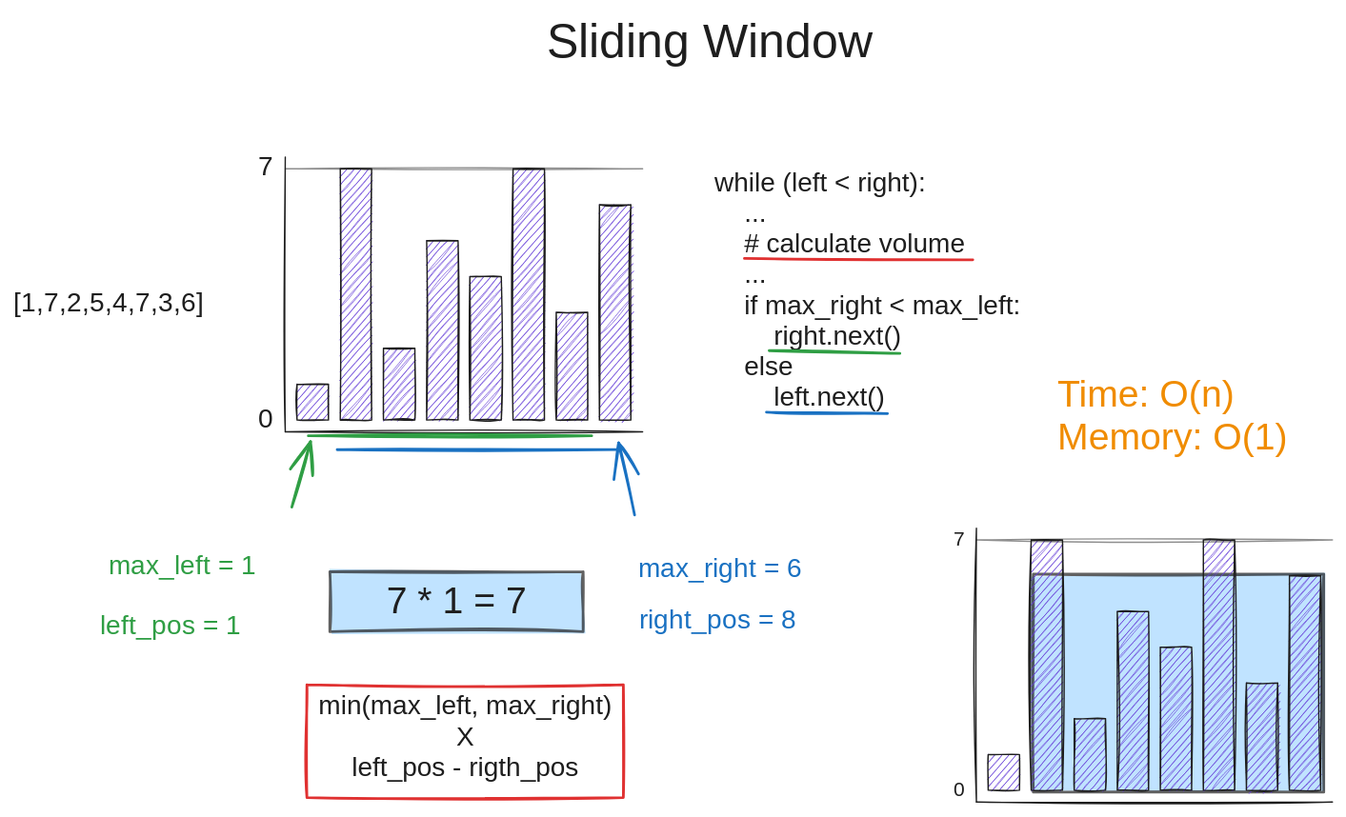
This is DSA/LC/11_container_with_most_water.excalidraw.svg from PabloNicolla/learning-ground, a Excalidraw export, as it was before one commit. Source tidied: one line per element, renumbered; positions are measured from the earlier drawing's top-left corner, leaving out a move shared by most shapes.
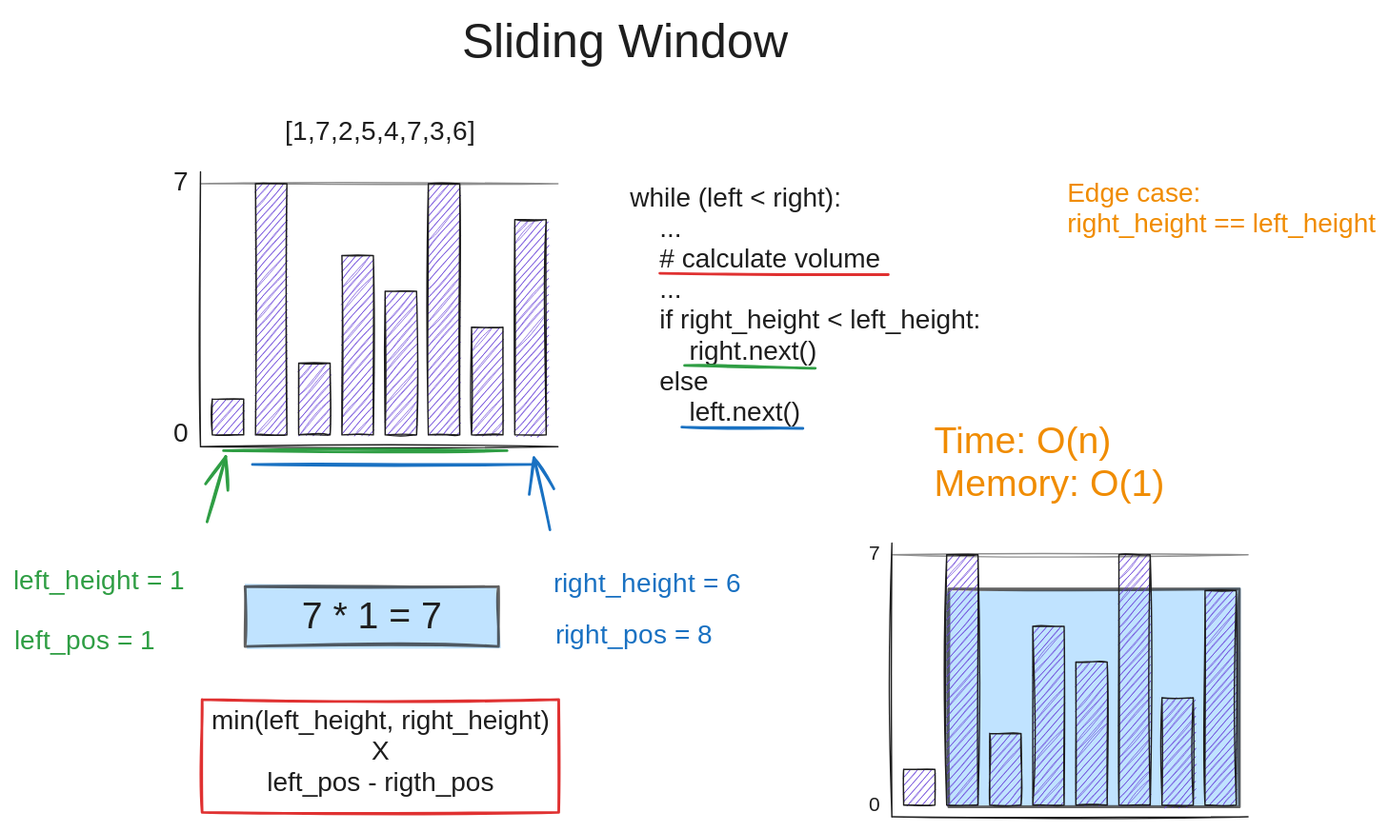
The same diagram one commit later.

Diff of the diagram source:
```diff
@@ -1,4 +1,4 @@
-{"id": 0, "type": "text", "text": "[1,7,2,5,4,7,3,6]", "strokeColor": "#1e1e1e", "strokeWidth": 2, "roughness": 1, "fontSize": 20, "fontFamily": 1, "x": 0, "y": 206, "width": 149, "height": 25}
+{"id": 0, "type": "text", "text": "[1,7,2,5,4,7,3,6]", "strokeColor": "#1e1e1e", "strokeWidth": 2, "roughness": 1, "fontSize": 20, "fontFamily": 1, "x": 267, "y": 66, "width": 149, "height": 25}
 {"id": 1, "type": "rectangle", "strokeColor": "#1e1e1e", "backgroundColor": "#6741d9", "fillStyle": "hachure", "strokeWidth": 1, "roughness": 1, "x": 213, "y": 278, "width": 24, "height": 27}
 {"id": 2, "type": "rectangle", "strokeColor": "#1e1e1e", "backgroundColor": "#6741d9", "fillStyle": "hachure", "strokeWidth": 1, "roughness": 1, "x": 245, "y": 117, "width": 24, "height": 189}
 {"id": 3, "type": "rectangle", "strokeColor": "#1e1e1e", "backgroundColor": "#6741d9", "fillStyle": "hachure", "strokeWidth": 1, "roughness": 1, "x": 277, "y": 251, "width": 24, "height": 54}
@@ -26,21 +26,22 @@
 {"id": 25, "type": "line", "strokeColor": "#1e1e1e", "backgroundColor": "#6741d9", "fillStyle": "hachure", "strokeWidth": 1, "roughness": 1, "x": 722, "y": 592, "width": 267, "height": 0, "points": [[0, 0], [267, 0]]}
 {"id": 26, "type": "line", "strokeColor": "#1e1e1e", "backgroundColor": "#6741d9", "fillStyle": "hachure", "strokeWidth": 1, "roughness": 1, "x": 722, "y": 592, "width": 0, "height": 205, "points": [[0, 0], [0, -205]]}
 {"id": 27, "type": "line", "strokeColor": "#1e1e1e", "backgroundColor": "#6741d9", "fillStyle": "hachure", "strokeWidth": 1, "roughness": 1, "opacity": 50, "x": 722, "y": 395, "width": 267, "height": 0, "points": [[0, 0], [267, 0]]}
-{"id": 28, "type": "text", "text": "Sliding Window", "strokeColor": "#1e1e1e", "backgroundColor": "#a5d8ff", "fillStyle": "solid", "strokeWidth": 2, "roughness": 1, "fontSize": 36, "fontFamily": 1, "x": 400, "y": 0, "width": 234, "height": 45}
+{"id": 28, "type": "text", "text": "Sliding Window", "strokeColor": "#1e1e1e", "backgroundColor": "#a5d8ff", "fillStyle": "solid", "strokeWidth": 2, "roughness": 1, "fontSize": 36, "fontFamily": 1, "x": 400, "y": -11, "width": 234, "height": 45}
 {"id": 29, "type": "arrow", "strokeColor": "#2f9e44", "backgroundColor": "#a5d8ff", "fillStyle": "solid", "strokeWidth": 2, "roughness": 1, "endArrowhead": "arrow", "x": 209, "y": 370, "width": 14, "height": 49, "points": [[0, 0], [14, -49]]}
 {"id": 30, "type": "arrow", "strokeColor": "#1971c2", "backgroundColor": "#a5d8ff", "fillStyle": "solid", "strokeWidth": 2, "roughness": 1, "endArrowhead": "arrow", "x": 466, "y": 376, "width": 12, "height": 54, "points": [[0, 0], [-12, -54]]}
-{"id": 31, "type": "text", "text": "max_right = 6", "strokeColor": "#1971c2", "backgroundColor": "#a5d8ff", "fillStyle": "solid", "strokeWidth": 2, "roughness": 1, "fontSize": 20, "fontFamily": 1, "x": 469, "y": 405, "width": 143, "height": 25}
+{"id": 31, "type": "text", "text": "right_height = 6", "strokeColor": "#1971c2", "backgroundColor": "#a5d8ff", "fillStyle": "solid", "strokeWidth": 2, "roughness": 1, "fontSize": 20, "fontFamily": 1, "x": 469, "y": 405, "width": 162, "height": 25}
-{"id": 32, "type": "text", "text": "max_left = 1", "strokeColor": "#2f9e44", "backgroundColor": "#a5d8ff", "fillStyle": "solid", "strokeWidth": 2, "roughness": 1, "fontSize": 20, "fontFamily": 1, "x": 72, "y": 403, "width": 129, "height": 25}
+{"id": 32, "type": "text", "text": "left_height = 1", "strokeColor": "#2f9e44", "backgroundColor": "#a5d8ff", "fillStyle": "solid", "strokeWidth": 2, "roughness": 1, "fontSize": 20, "fontFamily": 1, "x": 64, "y": 403, "width": 148, "height": 25}
 {"id": 33, "type": "rectangle", "strokeColor": "#1e1e1e", "backgroundColor": "#a5d8ff", "fillStyle": "solid", "strokeWidth": 2, "roughness": 1, "opacity": 70, "x": 237, "y": 419, "width": 190, "height": 45}
 {"id": 34, "type": "text", "text": "7 * 1 = 7", "strokeColor": "#1e1e1e", "backgroundColor": "#a5d8ff", "fillStyle": "solid", "strokeWidth": 2, "roughness": 1, "fontSize": 28, "fontFamily": 2, "textAlign": "center", "verticalAlign": "middle", "inside": 33, "x": 280, "y": 425, "width": 105, "height": 32}
-{"id": 35, "type": "text", "text": "min(max_left, max_right)\nX\nleft_pos - rigth_pos", "strokeColor": "#1e1e1e", "backgroundColor": "#a5d8ff", "fillStyle": "solid", "strokeWidth": 2, "roughness": 1, "fontSize": 20, "fontFamily": 2, "textAlign": "center", "x": 229, "y": 508, "width": 220, "height": 69}
+{"id": 35, "type": "text", "text": "min(left_height, right_height)\nX\nleft_pos - rigth_pos", "strokeColor": "#1e1e1e", "backgroundColor": "#a5d8ff", "fillStyle": "solid", "strokeWidth": 2, "roughness": 1, "fontSize": 20, "fontFamily": 2, "textAlign": "center", "x": 212, "y": 508, "width": 253, "height": 69}
 {"id": 36, "type": "text", "text": "left_pos = 1", "strokeColor": "#2f9e44", "backgroundColor": "#a5d8ff", "fillStyle": "solid", "strokeWidth": 2, "roughness": 1, "fontSize": 20, "fontFamily": 1, "x": 65, "y": 448, "width": 123, "height": 25}
 {"id": 37, "type": "text", "text": "right_pos = 8", "strokeColor": "#1971c2", "backgroundColor": "#a5d8ff", "fillStyle": "solid", "strokeWidth": 2, "roughness": 1, "fontSize": 20, "fontFamily": 1, "x": 470, "y": 444, "width": 140, "height": 25}
 {"id": 38, "type": "line", "strokeColor": "#2f9e44", "backgroundColor": "#a5d8ff", "fillStyle": "solid", "strokeWidth": 2, "roughness": 1, "x": 221, "y": 317, "width": 213, "height": 0, "points": [[0, 0], [213, 0]]}
 {"id": 39, "type": "line", "strokeColor": "#1971c2", "backgroundColor": "#a5d8ff", "fillStyle": "solid", "strokeWidth": 2, "roughness": 1, "x": 243, "y": 327, "width": 213, "height": 0, "points": [[0, 0], [213, 0]]}
-{"id": 40, "type": "text", "text": "while (left < right):\n    ...\n    # calculate volume\n    ...\n    if max_right < max_left:\n        right.next()\n    else\n        left.next()", "strokeColor": "#1e1e1e", "backgroundColor": "#a5d8ff", "fillStyle": "solid", "strokeWidth": 2, "roughness": 1, "fontSize": 20, "fontFamily": 2, "x": 526, "y": 116, "width": 230, "height": 184}
+{"id": 40, "type": "text", "text": "while (left < right):\n    ...\n    # calculate volume\n    ...\n    if right_height < left_height:\n        right.next()\n    else\n        left.next()", "strokeColor": "#1e1e1e", "backgroundColor": "#a5d8ff", "fillStyle": "solid", "strokeWidth": 2, "roughness": 1, "fontSize": 20, "fontFamily": 2, "x": 526, "y": 116, "width": 263, "height": 184}
 {"id": 41, "type": "line", "strokeColor": "#1971c2", "backgroundColor": "#a5d8ff", "fillStyle": "solid", "strokeWidth": 2, "roughness": 1, "x": 565, "y": 299, "width": 91, "height": 1, "points": [[0, 0], [91, 1]]}
 {"id": 42, "type": "line", "strokeColor": "#2f9e44", "backgroundColor": "#a5d8ff", "fillStyle": "solid", "strokeWidth": 2, "roughness": 1, "x": 567, "y": 253, "width": 98, "height": 2, "points": [[0, 0], [98, 2]]}
-{"id": 43, "type": "rectangle", "strokeColor": "#e03131", "strokeWidth": 2, "roughness": 1, "x": 220, "y": 504, "width": 237, "height": 85}
+{"id": 43, "type": "rectangle", "strokeColor": "#e03131", "strokeWidth": 2, "roughness": 1, "x": 205, "y": 504, "width": 267, "height": 85}
 {"id": 44, "type": "line", "strokeColor": "#e03131", "strokeWidth": 2, "roughness": 1, "x": 548, "y": 184, "width": 171, "height": 1, "points": [[0, 0], [171, 1]]}
-{"id": 45, "type": "text", "text": "Time: O(n)\nMemory: O(1)", "strokeColor": "#f08c00", "strokeWidth": 2, "roughness": 1, "fontSize": 28, "fontFamily": 2, "x": 783, "y": 270, "width": 173, "height": 64}
+{"id": 45, "type": "text", "text": "Time: O(n)\nMemory: O(1)", "strokeColor": "#f08c00", "strokeWidth": 2, "roughness": 1, "fontSize": 28, "fontFamily": 2, "x": 754, "y": 294, "width": 173, "height": 64}
+{"id": 46, "type": "text", "text": "Edge case:\nright_height == left_height", "strokeColor": "#f08c00", "strokeWidth": 2, "roughness": 1, "fontSize": 20, "fontFamily": 2, "x": 854, "y": 113, "width": 231, "height": 46}
```
